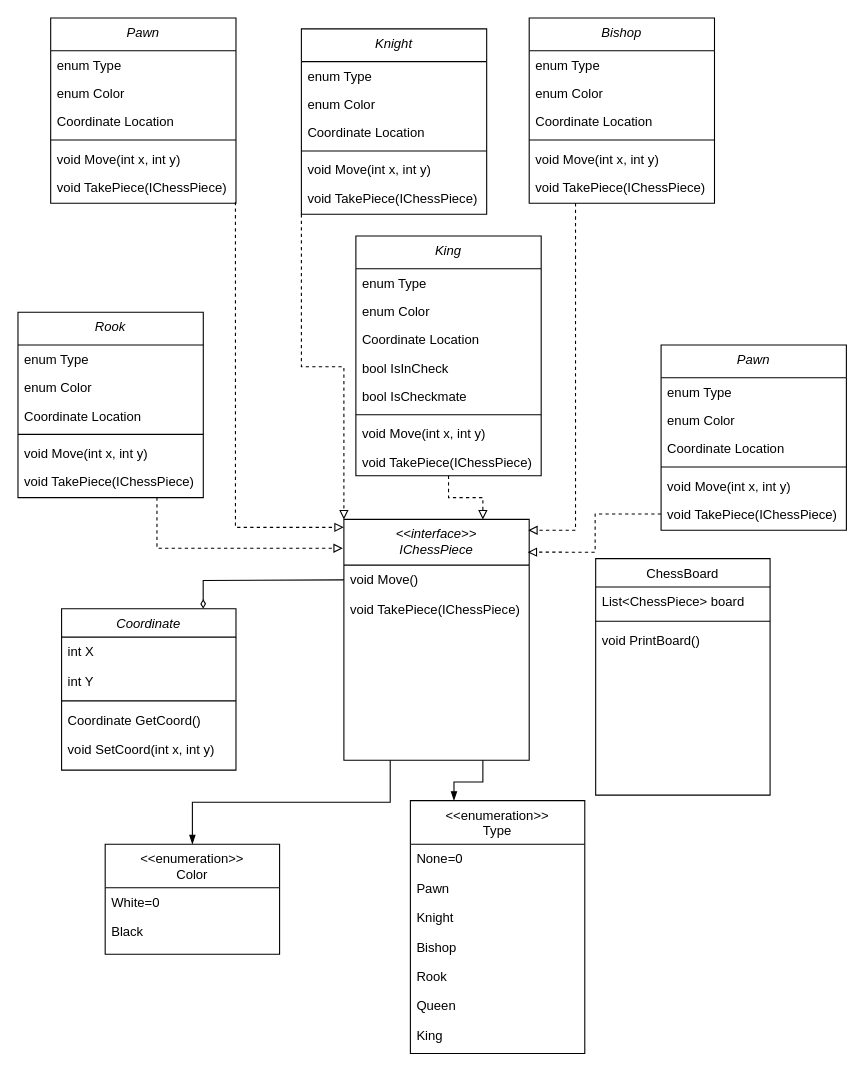
ahstephens6/Chess keeps this draw.io diagram as Chess.drawio. Above is the earlier version. Source tidied: cells renumbered, new cells numbered last; positions are measured from the earlier drawing's top-left corner, leaving out a move shared by most shapes. Both pictures are drawn from the tidied source at 109%, with x=0, y=0 at pixel (17, 17).
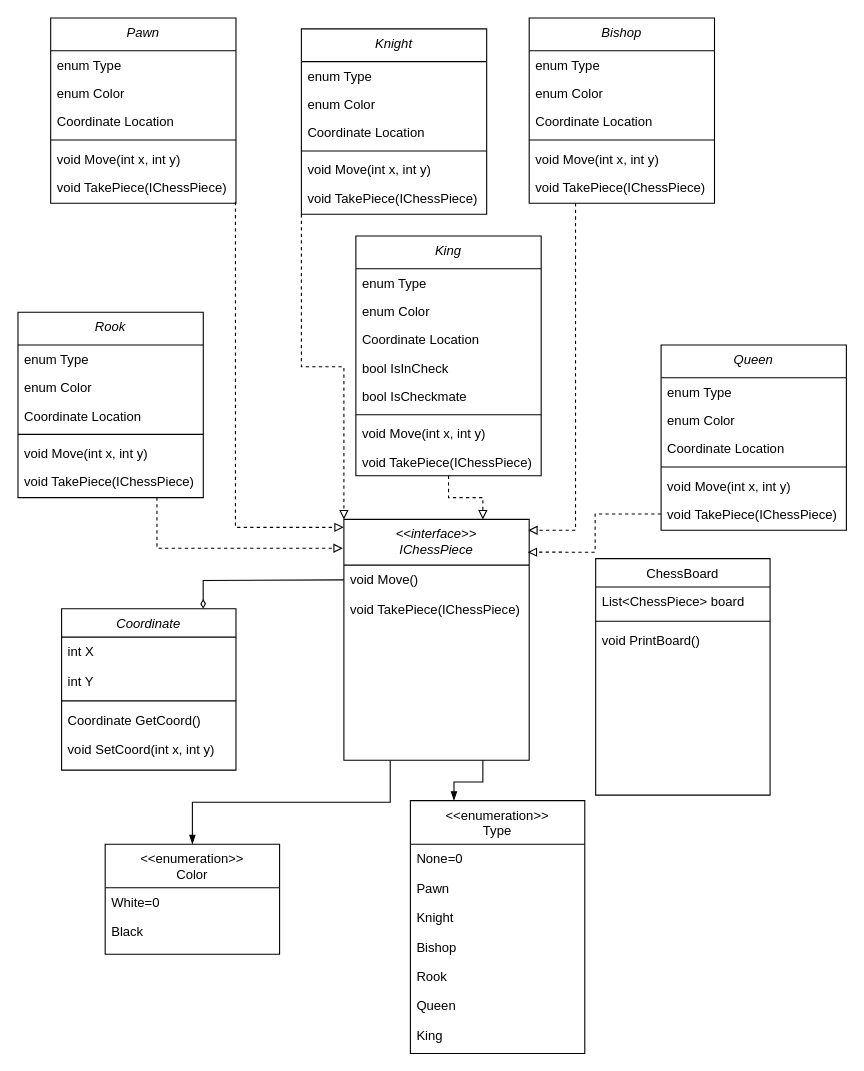
The same diagram, later.

Commit message (it also covers changes not shown here):
Implemented the remaining IChessPiece classes.

Diff of the diagram source:
```diff
@@
-    <mxCell id="58" value="Pawn" style="swimlane;fontStyle=2;align=center;verticalAlign=top;horizontal=1;startSize=30;rounded=0;shadow=0;strokeWidth=1;" parent="1" vertex="1">
+    <mxCell id="58" value="Queen" style="swimlane;fontStyle=2;align=center;verticalAlign=top;horizontal=1;startSize=30;rounded=0;shadow=0;strokeWidth=1;" parent="1" vertex="1">
       <mxGeometry x="590" y="300" width="170" height="170" as="geometry" />
     </mxCell>
```
